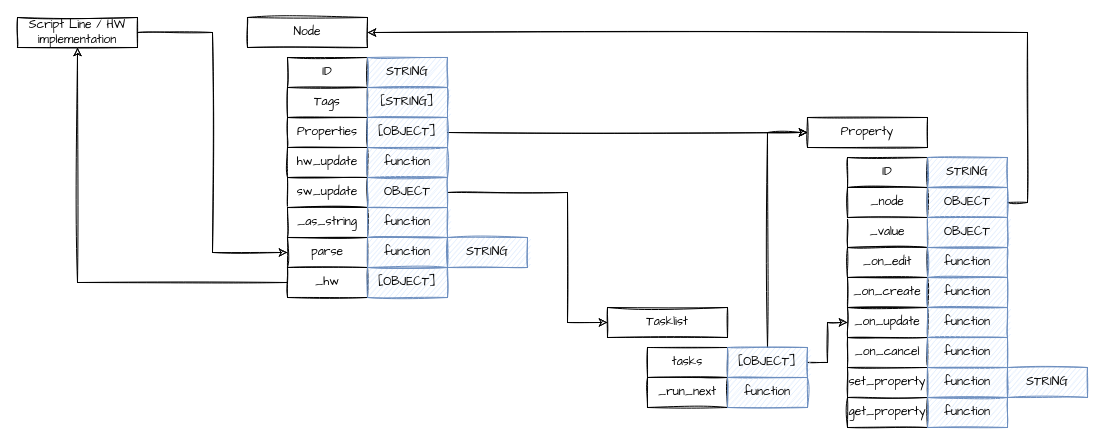
Above: empire/Untitled Diagram.drawio in empire-ai/EmpireNode (draw.io), before the change. Source tidied: cells renumbered, new cells numbered last; positions are measured from the earlier drawing's top-left corner, leaving out a move shared by most shapes. Both pictures are drawn from the tidied source at 100%, with x=0, y=0 at pixel (17, 17).
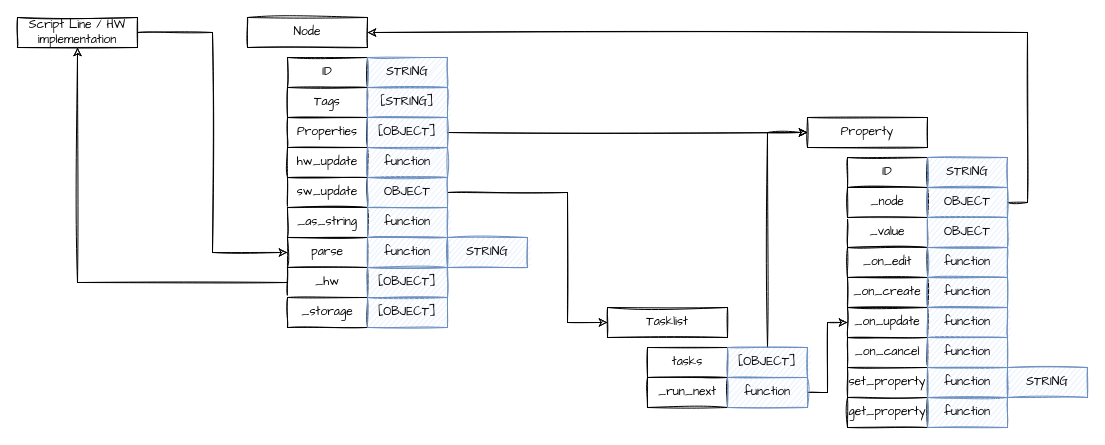
After the change.

Unchanged cells that the change refers to:
```xml
<mxCell id="29" value="_on_update" style="rounded=0;whiteSpace=wrap;html=1;sketch=1;fontFamily=Architects Daughter;" parent="1" vertex="1">
  <mxGeometry x="830" y="290" width="80" height="30" as="geometry" />
</mxCell>
<mxCell id="35" value="[OBJECT]" style="rounded=0;whiteSpace=wrap;html=1;sketch=1;fontFamily=Architects Daughter;fillColor=#dae8fc;strokeColor=#6c8ebf;" parent="1" vertex="1">
  <mxGeometry x="710" y="330" width="80" height="30" as="geometry" />
</mxCell>
<mxCell id="38" value="function" style="rounded=0;whiteSpace=wrap;html=1;sketch=1;fontFamily=Architects Daughter;fillColor=#dae8fc;strokeColor=#6c8ebf;" parent="1" vertex="1">
  <mxGeometry x="710" y="360" width="80" height="30" as="geometry" />
</mxCell>
```

What changed in the source:
```diff
@@
-    <mxCell id="33" style="edgeStyle=orthogonalEdgeStyle;rounded=0;sketch=1;jettySize=auto;html=1;entryX=0;entryY=0.5;entryDx=0;entryDy=0;" parent="1" edge="1" source="35" target="29">
-      <mxGeometry relative="1" as="geometry" />
-    </mxCell>
@@
+    <mxCell id="53" style="edgeStyle=orthogonalEdgeStyle;rounded=0;sketch=1;jettySize=auto;html=1;entryX=0;entryY=0.5;entryDx=0;entryDy=0;" parent="1" edge="1" source="38" target="29">
+      <mxGeometry relative="1" as="geometry" />
+    </mxCell>
@@
+    <mxCell id="54" value="_storage" style="rounded=0;whiteSpace=wrap;html=1;sketch=1;fontFamily=Architects Daughter;" parent="1" vertex="1">
+      <mxGeometry x="270" y="280" width="80" height="30" as="geometry" />
+    </mxCell>
+    <mxCell id="55" value="[OBJECT]" style="rounded=0;whiteSpace=wrap;html=1;sketch=1;fontFamily=Architects Daughter;fillColor=#dae8fc;strokeColor=#6c8ebf;" parent="1" vertex="1">
+      <mxGeometry x="350" y="280" width="80" height="30" as="geometry" />
+    </mxCell>
```
